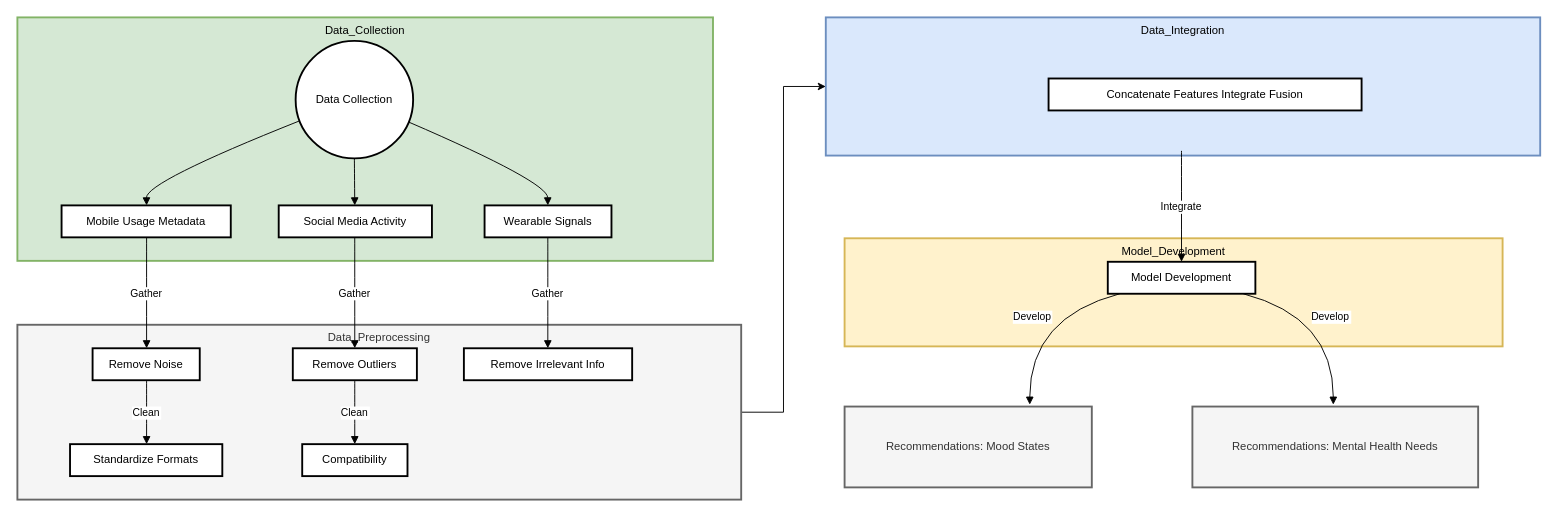
Above: src/Untitled Diagram.drawio in tmsasikumar/data-science (draw.io), before the change. Source tidied: cells renumbered, new cells numbered last; positions are measured from the earlier drawing's top-left corner, leaving out a move shared by most shapes. Both pictures are drawn from the tidied source at 94%, with x=0, y=0 at pixel (17, 17).
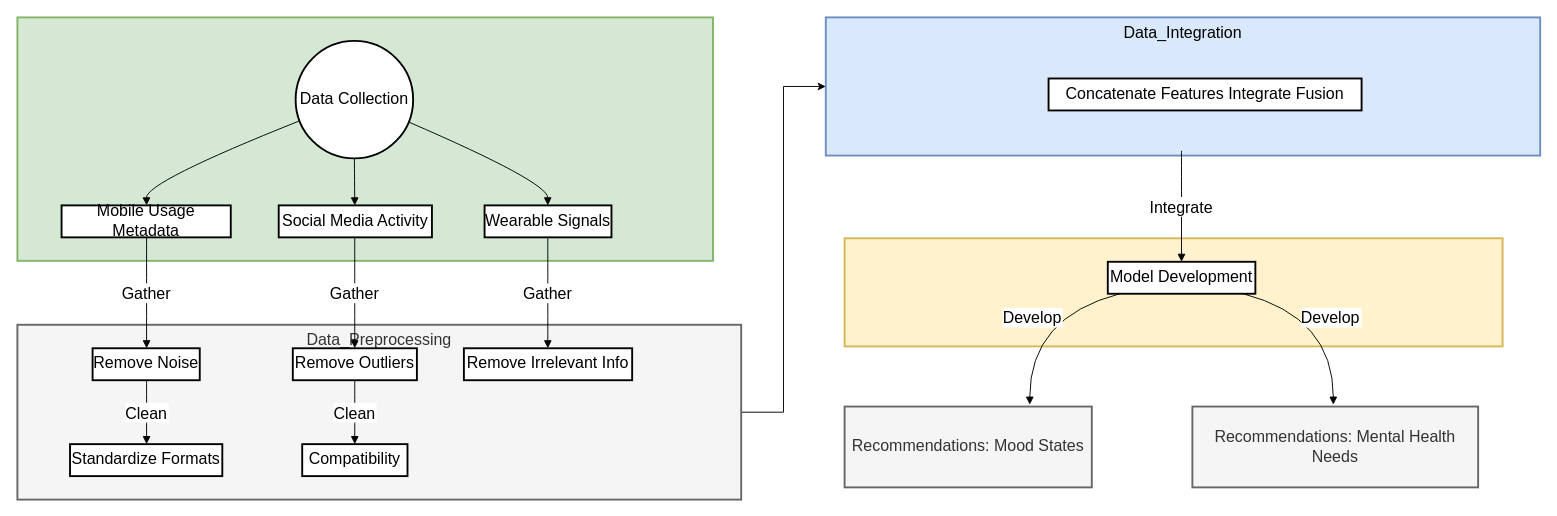
The same diagram, later.

Diff of the diagram source:
```diff
@@
-    <mxCell id="2" value="Recommendations: Mood States" style="whiteSpace=wrap;strokeWidth=2;fillColor=#f5f5f5;fontColor=#333333;strokeColor=#666666;" parent="1" vertex="1">
+    <mxCell id="2" value="Recommendations: Mood States" style="whiteSpace=wrap;strokeWidth=2;fillColor=#f5f5f5;fontColor=#333333;strokeColor=#666666;fontSize=17;" parent="1" vertex="1">
       <mxGeometry x="880" y="414" width="263" height="86" as="geometry" />
     </mxCell>
-    <mxCell id="3" value="Recommendations: Mental Health Needs" style="whiteSpace=wrap;strokeWidth=2;fillColor=#f5f5f5;fontColor=#333333;strokeColor=#666666;" parent="1" vertex="1">
+    <mxCell id="3" value="Recommendations: Mental Health Needs" style="whiteSpace=wrap;strokeWidth=2;fillColor=#f5f5f5;fontColor=#333333;strokeColor=#666666;fontSize=17;" parent="1" vertex="1">
       <mxGeometry x="1250" y="414" width="304" height="86" as="geometry" />
     </mxCell>
-    <mxCell id="4" value="Model_Development" style="whiteSpace=wrap;strokeWidth=2;verticalAlign=top;fillColor=#fff2cc;strokeColor=#d6b656;" parent="1" vertex="1">
+    <mxCell id="4" style="whiteSpace=wrap;strokeWidth=2;verticalAlign=top;fillColor=#fff2cc;strokeColor=#d6b656;fontSize=17;" parent="1" vertex="1">
       <mxGeometry x="880" y="235" width="700" height="115" as="geometry" />
     </mxCell>
-    <mxCell id="5" value="Model Development" style="whiteSpace=wrap;strokeWidth=2;" parent="1" vertex="1">
+    <mxCell id="5" value="Model Development" style="whiteSpace=wrap;strokeWidth=2;fontSize=17;" parent="1" vertex="1">
       <mxGeometry x="1160" y="260" width="157" height="34" as="geometry" />
     </mxCell>
-    <mxCell id="6" value="Data_Integration" style="whiteSpace=wrap;strokeWidth=2;verticalAlign=top;fillColor=#dae8fc;strokeColor=#6c8ebf;" parent="1" vertex="1">
+    <mxCell id="6" value="Data_Integration" style="whiteSpace=wrap;strokeWidth=2;verticalAlign=top;fillColor=#dae8fc;strokeColor=#6c8ebf;fontSize=17;" parent="1" vertex="1">
       <mxGeometry x="860" width="760" height="147" as="geometry" />
     </mxCell>
-    <mxCell id="7" value="Concatenate Features Integrate Fusion" style="whiteSpace=wrap;strokeWidth=2;" parent="1" vertex="1">
+    <mxCell id="7" value="Concatenate Features Integrate Fusion" style="whiteSpace=wrap;strokeWidth=2;fontSize=17;" parent="1" vertex="1">
       <mxGeometry x="1097" y="65" width="333" height="34" as="geometry" />
     </mxCell>
-    <mxCell id="8" style="edgeStyle=orthogonalEdgeStyle;rounded=0;jettySize=auto;html=1;entryX=0;entryY=0.5;entryDx=0;entryDy=0;" parent="1" edge="1" source="9" target="6">
+    <mxCell id="8" style="edgeStyle=orthogonalEdgeStyle;rounded=0;jettySize=auto;html=1;entryX=0;entryY=0.5;entryDx=0;entryDy=0;fontSize=17;" parent="1" edge="1" source="9" target="6">
       <mxGeometry relative="1" as="geometry" />
     </mxCell>
-    <mxCell id="9" value="Data_Preprocessing" style="whiteSpace=wrap;strokeWidth=2;verticalAlign=top;fillColor=#f5f5f5;fontColor=#333333;strokeColor=#666666;" parent="1" vertex="1">
+    <mxCell id="9" value="Data_Preprocessing" style="whiteSpace=wrap;strokeWidth=2;verticalAlign=top;fillColor=#f5f5f5;fontColor=#333333;strokeColor=#666666;fontSize=17;" parent="1" vertex="1">
       <mxGeometry y="327" width="770" height="186" as="geometry" />
     </mxCell>
-    <mxCell id="10" value="Remove Noise" style="whiteSpace=wrap;strokeWidth=2;" parent="1" vertex="1">
+    <mxCell id="10" value="Remove Noise" style="whiteSpace=wrap;strokeWidth=2;fontSize=17;" parent="1" vertex="1">
       <mxGeometry x="80" y="352" width="114" height="34" as="geometry" />
     </mxCell>
-    <mxCell id="11" value="Remove Outliers" style="whiteSpace=wrap;strokeWidth=2;" parent="1" vertex="1">
+    <mxCell id="11" value="Remove Outliers" style="whiteSpace=wrap;strokeWidth=2;fontSize=17;" parent="1" vertex="1">
       <mxGeometry x="293" y="352" width="132" height="34" as="geometry" />
     </mxCell>
-    <mxCell id="12" value="Remove Irrelevant Info" style="whiteSpace=wrap;strokeWidth=2;" parent="1" vertex="1">
+    <mxCell id="12" value="Remove Irrelevant Info" style="whiteSpace=wrap;strokeWidth=2;fontSize=17;" parent="1" vertex="1">
       <mxGeometry x="475" y="352" width="179" height="34" as="geometry" />
     </mxCell>
-    <mxCell id="13" value="Standardize Formats" style="whiteSpace=wrap;strokeWidth=2;" parent="1" vertex="1">
+    <mxCell id="13" value="Standardize Formats" style="whiteSpace=wrap;strokeWidth=2;fontSize=17;" parent="1" vertex="1">
       <mxGeometry x="56" y="454" width="162" height="34" as="geometry" />
     </mxCell>
-    <mxCell id="14" value="Compatibility" style="whiteSpace=wrap;strokeWidth=2;" parent="1" vertex="1">
+    <mxCell id="14" value="Compatibility" style="whiteSpace=wrap;strokeWidth=2;fontSize=17;" parent="1" vertex="1">
       <mxGeometry x="303" y="454" width="112" height="34" as="geometry" />
     </mxCell>
-    <mxCell id="15" value="Data_Collection" style="whiteSpace=wrap;strokeWidth=2;verticalAlign=top;fillColor=#d5e8d4;strokeColor=#82b366;" parent="1" vertex="1">
+    <mxCell id="15" style="whiteSpace=wrap;strokeWidth=2;verticalAlign=top;fillColor=#d5e8d4;strokeColor=#82b366;fontSize=17;" parent="1" vertex="1">
       <mxGeometry width="740" height="259" as="geometry" />
     </mxCell>
-    <mxCell id="16" value="Mobile Usage Metadata" style="whiteSpace=wrap;strokeWidth=2;" parent="1" vertex="1">
+    <mxCell id="16" value="Mobile Usage Metadata" style="whiteSpace=wrap;strokeWidth=2;fontSize=17;" parent="1" vertex="1">
       <mxGeometry x="47" y="200" width="180" height="34" as="geometry" />
     </mxCell>
-    <mxCell id="17" value="Data Collection" style="ellipse;strokeWidth=2;whiteSpace=wrap;" parent="1" vertex="1">
+    <mxCell id="17" value="Data Collection" style="ellipse;strokeWidth=2;whiteSpace=wrap;fontSize=17;" parent="1" vertex="1">
       <mxGeometry x="296" y="25" width="125" height="125" as="geometry" />
     </mxCell>
-    <mxCell id="18" value="Social Media Activity" style="whiteSpace=wrap;strokeWidth=2;" parent="1" vertex="1">
+    <mxCell id="18" value="Social Media Activity" style="whiteSpace=wrap;strokeWidth=2;fontSize=17;" parent="1" vertex="1">
       <mxGeometry x="278" y="200" width="163" height="34" as="geometry" />
     </mxCell>
-    <mxCell id="19" value="Wearable Signals" style="whiteSpace=wrap;strokeWidth=2;" parent="1" vertex="1">
+    <mxCell id="19" value="Wearable Signals" style="whiteSpace=wrap;strokeWidth=2;fontSize=17;" parent="1" vertex="1">
       <mxGeometry x="497" y="200" width="135" height="34" as="geometry" />
     </mxCell>
-    <mxCell id="20" style="curved=1;startArrow=none;endArrow=block;exitX=0.00215625;exitY=0.6993345592126151;entryX=0.5024522569444444;entryY=0.0078125;rounded=0;" parent="1" edge="1" source="17" target="16">
+    <mxCell id="20" style="curved=1;startArrow=none;endArrow=block;exitX=0.00215625;exitY=0.6993345592126151;entryX=0.5024522569444444;entryY=0.0078125;rounded=0;fontSize=17;" parent="1" edge="1" source="17" target="16">
       <mxGeometry relative="1" as="geometry">
         <Array as="points">
           <mxPoint x="137" y="175" />
         </Array>
       </mxGeometry>
     </mxCell>
-    <mxCell id="21" style="curved=1;startArrow=none;endArrow=block;exitX=0.50321875;exitY=1.002125;entryX=0.4963333972392638;entryY=0.0078125;rounded=0;" parent="1" edge="1" source="17" target="18">
+    <mxCell id="21" style="curved=1;startArrow=none;endArrow=block;exitX=0.50321875;exitY=1.002125;entryX=0.4963333972392638;entryY=0.0078125;rounded=0;fontSize=17;" parent="1" edge="1" source="17" target="18">
       <mxGeometry relative="1" as="geometry" />
     </mxCell>
-    <mxCell id="22" style="curved=1;startArrow=none;endArrow=block;exitX=1.00428125;exitY=0.7148600944804763;entryX=0.4983796296296296;entryY=0.0078125;rounded=0;" parent="1" edge="1" source="17" target="19">
+    <mxCell id="22" style="curved=1;startArrow=none;endArrow=block;exitX=1.00428125;exitY=0.7148600944804763;entryX=0.4983796296296296;entryY=0.0078125;rounded=0;fontSize=17;" parent="1" edge="1" source="17" target="19">
       <mxGeometry relative="1" as="geometry">
         <Array as="points">
           <mxPoint x="564" y="175" />
         </Array>
       </mxGeometry>
     </mxCell>
-    <mxCell id="23" value="Gather" style="curved=1;startArrow=none;endArrow=block;exitX=0.5024522569444444;exitY=0.9931066176470589;entryX=0.5038719846491229;entryY=0.0078125;rounded=0;" parent="1" edge="1" source="16" target="10">
+    <mxCell id="23" value="Gather" style="curved=1;startArrow=none;endArrow=block;exitX=0.5024522569444444;exitY=0.9931066176470589;entryX=0.5038719846491229;entryY=0.0078125;rounded=0;fontSize=17;" parent="1" edge="1" source="16" target="10">
       <mxGeometry relative="1" as="geometry" />
     </mxCell>
-    <mxCell id="24" value="Gather" style="curved=1;startArrow=none;endArrow=block;exitX=0.4963333972392638;exitY=0.9931066176470589;entryX=0.49926017992424243;entryY=0.0078125;rounded=0;" parent="1" edge="1" source="18" target="11">
+    <mxCell id="24" value="Gather" style="curved=1;startArrow=none;endArrow=block;exitX=0.4963333972392638;exitY=0.9931066176470589;entryX=0.49926017992424243;entryY=0.0078125;rounded=0;fontSize=17;" parent="1" edge="1" source="18" target="11">
       <mxGeometry relative="1" as="geometry" />
     </mxCell>
-    <mxCell id="25" value="Gather" style="curved=1;startArrow=none;endArrow=block;exitX=0.4983796296296296;exitY=0.9931066176470589;entryX=0.49877793296089384;entryY=0.0078125;rounded=0;" parent="1" edge="1" source="19" target="12">
+    <mxCell id="25" value="Gather" style="curved=1;startArrow=none;endArrow=block;exitX=0.4983796296296296;exitY=0.9931066176470589;entryX=0.49877793296089384;entryY=0.0078125;rounded=0;fontSize=17;" parent="1" edge="1" source="19" target="12">
       <mxGeometry relative="1" as="geometry" />
     </mxCell>
-    <mxCell id="26" value="Clean" style="curved=1;startArrow=none;endArrow=block;exitX=0.5038719846491229;exitY=0.9931066176470589;entryX=0.5027247299382716;entryY=0.0078125;rounded=0;" parent="1" edge="1" source="10" target="13">
+    <mxCell id="26" value="Clean" style="curved=1;startArrow=none;endArrow=block;exitX=0.5038719846491229;exitY=0.9931066176470589;entryX=0.5027247299382716;entryY=0.0078125;rounded=0;fontSize=17;" parent="1" edge="1" source="10" target="13">
       <mxGeometry relative="1" as="geometry" />
     </mxCell>
-    <mxCell id="27" value="Clean" style="curved=1;startArrow=none;endArrow=block;exitX=0.49926017992424243;exitY=0.9931066176470589;entryX=0.49912806919642855;entryY=0.0078125;rounded=0;" parent="1" edge="1" source="11" target="14">
+    <mxCell id="27" value="Clean" style="curved=1;startArrow=none;endArrow=block;exitX=0.49926017992424243;exitY=0.9931066176470589;entryX=0.49912806919642855;entryY=0.0078125;rounded=0;fontSize=17;" parent="1" edge="1" source="11" target="14">
       <mxGeometry relative="1" as="geometry" />
     </mxCell>
-    <mxCell id="28" value="Integrate" style="curved=1;startArrow=none;endArrow=block;exitX=0.49903944672131145;exitY=0.9931066176470589;entryX=0.49962679140127386;entryY=0.0078125;rounded=0;" parent="1" edge="1" target="5">
+    <mxCell id="28" value="Integrate" style="curved=1;startArrow=none;endArrow=block;exitX=0.49903944672131145;exitY=0.9931066176470589;entryX=0.49962679140127386;entryY=0.0078125;rounded=0;fontSize=17;" parent="1" edge="1" target="5">
       <mxGeometry relative="1" as="geometry">
         <mxPoint x="1238.4" y="142" as="sourcePoint" />
       </mxGeometry>
     </mxCell>
-    <mxCell id="29" value="Develop" style="curved=1;startArrow=none;endArrow=block;exitX=0.08695983828521299;exitY=0.9931066176470589;entryX=0.4998063016528926;entryY=0.0078125;rounded=0;" parent="1" edge="1" source="5">
+    <mxCell id="29" value="Develop" style="curved=1;startArrow=none;endArrow=block;exitX=0.08695983828521299;exitY=0.9931066176470589;entryX=0.4998063016528926;entryY=0.0078125;rounded=0;fontSize=17;" parent="1" edge="1" source="5">
       <mxGeometry relative="1" as="geometry">
         <mxPoint x="1077" y="412" as="targetPoint" />
         <Array as="points">
           <mxPoint x="1077" y="319" />
         </Array>
       </mxGeometry>
     </mxCell>
-    <mxCell id="30" value="Develop" style="curved=1;startArrow=none;endArrow=block;exitX=0.9122937445173348;exitY=0.9931066176470589;entryX=0.4997687088815789;entryY=0.0078125;rounded=0;" parent="1" edge="1" source="5">
+    <mxCell id="30" value="Develop" style="curved=1;startArrow=none;endArrow=block;exitX=0.9122937445173348;exitY=0.9931066176470589;entryX=0.4997687088815789;entryY=0.0078125;rounded=0;fontSize=17;" parent="1" edge="1" source="5">
       <mxGeometry relative="1" as="geometry">
         <mxPoint x="1399.9" y="412" as="targetPoint" />
         <Array as="points">
           <mxPoint x="1400" y="319" />
         </Array>
       </mxGeometry>
     </mxCell>
```
